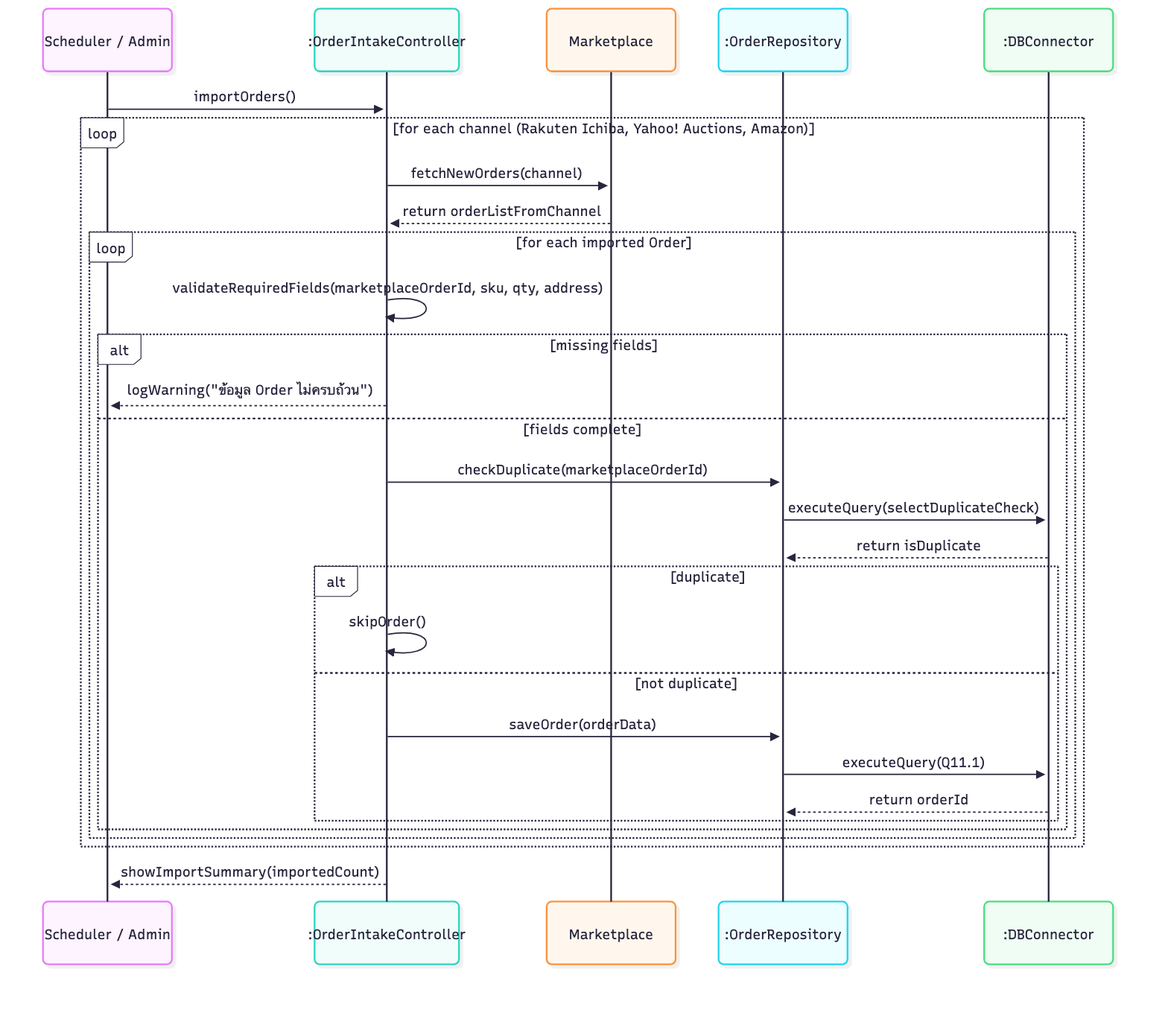
The Mermaid diagram 03-chapter2-use-case-descriptions/diagrams/png/4A-sequence.png in xbpkdi/321-sa-proj, before a commit. Its source is kept beside it as 03-chapter2-use-case-descriptions/diagrams/mmd/4A-sequence.mmd.
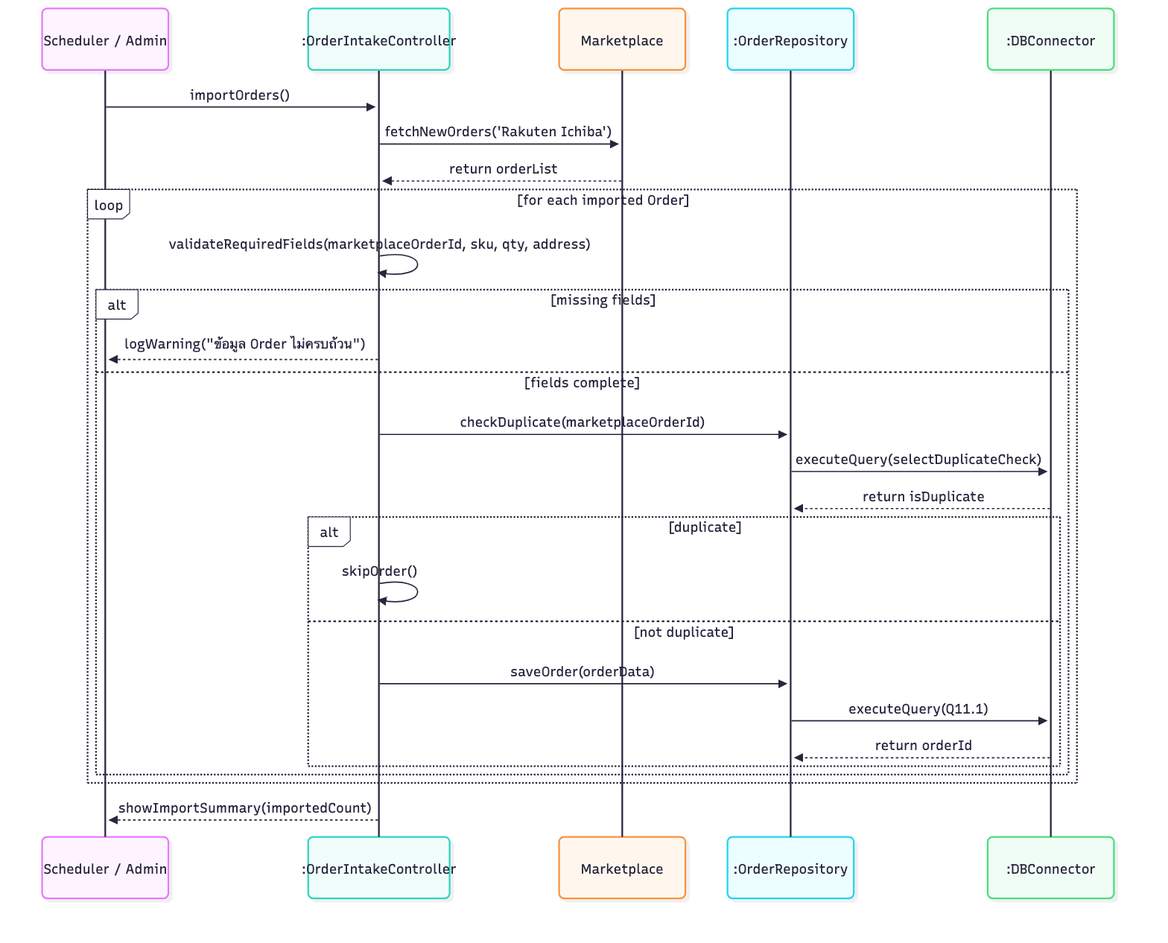
After the change.

Commit message:
docs: limit use cases 4A, 1S, 5S and 7S to Rakuten Ichiba

Change to the diagram source:
```diff
@@ -6,24 +6,22 @@
     participant DB as :DBConnector
 
     Sched->>OIC: importOrders()
-    loop for each channel (Rakuten Ichiba, Yahoo! Auctions, Amazon)
-        OIC->>MP: fetchNewOrders(channel)
-        MP-->>OIC: return orderListFromChannel
-        loop for each imported Order
-            OIC->>OIC: validateRequiredFields(marketplaceOrderId, sku, qty, address)
-            alt missing fields
-                OIC-->>Sched: logWarning("ข้อมูล Order ไม่ครบถ้วน")
-            else fields complete
-                OIC->>OrderRepo: checkDuplicate(marketplaceOrderId)
-                OrderRepo->>DB: executeQuery(selectDuplicateCheck)
-                DB-->>OrderRepo: return isDuplicate
-                alt duplicate
-                    OIC->>OIC: skipOrder()
-                else not duplicate
-                    OIC->>OrderRepo: saveOrder(orderData)
-                    OrderRepo->>DB: executeQuery(Q11.1)
-                    DB-->>OrderRepo: return orderId
-                end
+    OIC->>MP: fetchNewOrders('Rakuten Ichiba')
+    MP-->>OIC: return orderList
+    loop for each imported Order
+        OIC->>OIC: validateRequiredFields(marketplaceOrderId, sku, qty, address)
+        alt missing fields
+            OIC-->>Sched: logWarning("ข้อมูล Order ไม่ครบถ้วน")
+        else fields complete
+            OIC->>OrderRepo: checkDuplicate(marketplaceOrderId)
+            OrderRepo->>DB: executeQuery(selectDuplicateCheck)
+            DB-->>OrderRepo: return isDuplicate
+            alt duplicate
+                OIC->>OIC: skipOrder()
+            else not duplicate
+                OIC->>OrderRepo: saveOrder(orderData)
+                OrderRepo->>DB: executeQuery(Q11.1)
+                DB-->>OrderRepo: return orderId
             end
         end
     end
```
